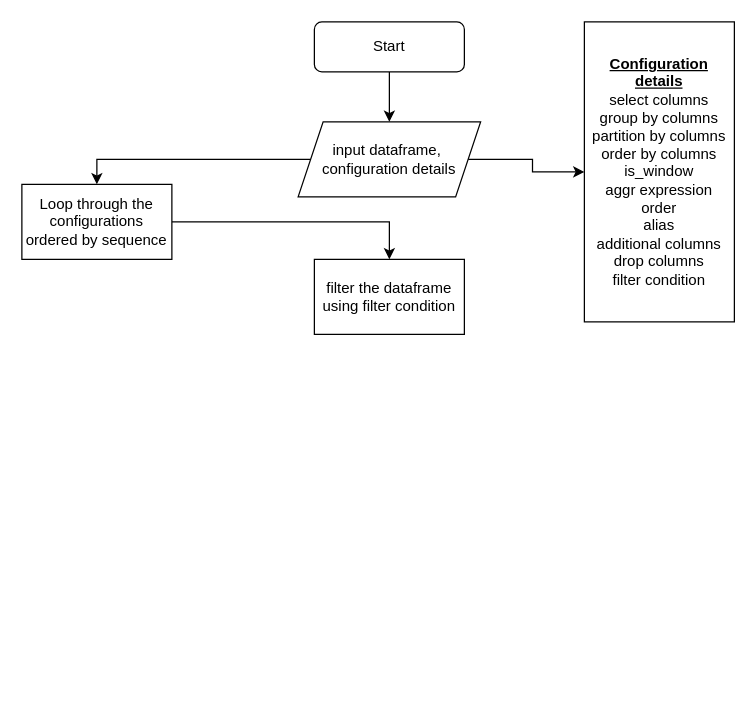
This is GenericAggregation.drawio from praneethsai83/GenericProcessing, a draw.io file, before an edit. Source tidied: cells renumbered, new cells numbered last; positions are measured from the earlier drawing's top-left corner, leaving out a move shared by most shapes. Both pictures are drawn from the tidied source at 125%, with x=0, y=0 at pixel (21, 21).
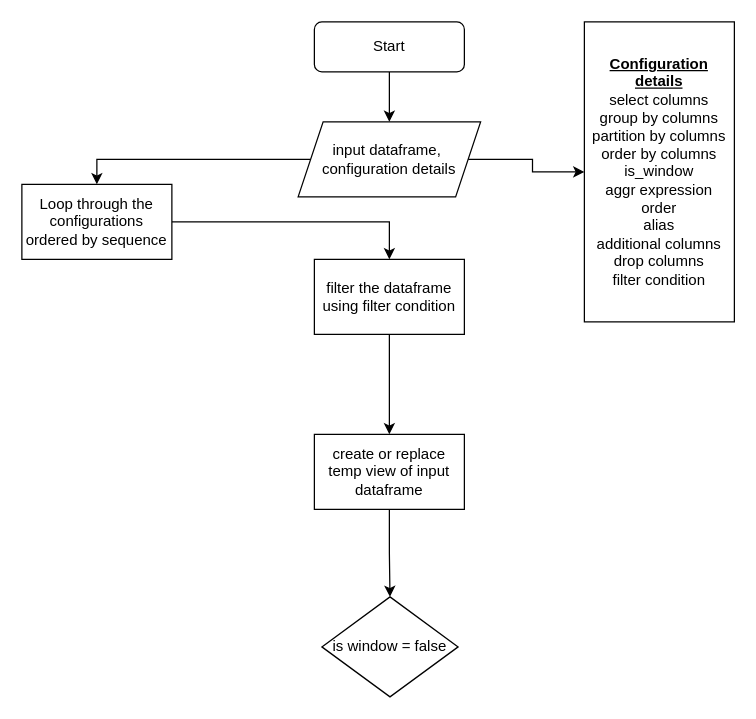
After the change.

Diff of the diagram source:
```diff
@@
 <mxGraphModel>
   <root>
     <mxCell id="0" />
     <mxCell id="1" parent="0" />
     <mxCell id="2" style="edgeStyle=orthogonalEdgeStyle;rounded=0;jettySize=auto;html=1;" parent="1" edge="1" source="3" target="6">
       <mxGeometry relative="1" as="geometry" />
     </mxCell>
     <mxCell id="3" value="Start" style="rounded=1;whiteSpace=wrap;html=1;fontSize=12;glass=0;strokeWidth=1;shadow=0;" parent="1" vertex="1">
       <mxGeometry x="234" width="120" height="40" as="geometry" />
     </mxCell>
     <mxCell id="4" style="edgeStyle=orthogonalEdgeStyle;rounded=0;jettySize=auto;html=1;entryX=0;entryY=0.5;entryDx=0;entryDy=0;" parent="1" edge="1" source="6" target="7">
       <mxGeometry relative="1" as="geometry" />
     </mxCell>
     <mxCell id="5" style="edgeStyle=orthogonalEdgeStyle;rounded=0;jettySize=auto;html=1;entryX=0.5;entryY=0;entryDx=0;entryDy=0;" parent="1" edge="1" source="6" target="9">
       <mxGeometry relative="1" as="geometry" />
     </mxCell>
     <mxCell id="6" value="input dataframe,&amp;nbsp;&lt;br&gt;configuration details" style="shape=parallelogram;perimeter=parallelogramPerimeter;whiteSpace=wrap;html=1;fixedSize=1;" parent="1" vertex="1">
       <mxGeometry x="221" y="80" width="146" height="60" as="geometry" />
     </mxCell>
     <mxCell id="7" value="&lt;b&gt;&lt;u&gt;Configuration details&lt;br&gt;&lt;/u&gt;&lt;/b&gt;select columns&lt;br&gt;group by columns&lt;br&gt;partition by columns&lt;br&gt;order by columns&lt;br&gt;is_window&lt;br&gt;aggr expression&lt;br&gt;order&lt;br&gt;alias&lt;br&gt;additional columns&lt;br&gt;drop columns&lt;br&gt;filter condition" style="whiteSpace=wrap;html=1;" parent="1" vertex="1">
       <mxGeometry x="450" width="120" height="240" as="geometry" />
     </mxCell>
     <mxCell id="8" style="edgeStyle=orthogonalEdgeStyle;rounded=0;jettySize=auto;html=1;entryX=0.5;entryY=0;entryDx=0;entryDy=0;" parent="1" edge="1" source="9" target="10">
       <mxGeometry relative="1" as="geometry" />
     </mxCell>
     <mxCell id="9" value="Loop through the configurations ordered by sequence" style="whiteSpace=wrap;html=1;" parent="1" vertex="1">
       <mxGeometry y="130" width="120" height="60" as="geometry" />
     </mxCell>
+    <mxCell id="11" style="edgeStyle=orthogonalEdgeStyle;rounded=0;jettySize=auto;html=1;" parent="1" edge="1" source="10" target="13">
+      <mxGeometry relative="1" as="geometry" />
+    </mxCell>
     <mxCell id="10" value="filter the dataframe using filter condition" style="whiteSpace=wrap;html=1;" parent="1" vertex="1">
       <mxGeometry x="234" y="190" width="120" height="60" as="geometry" />
     </mxCell>
+    <mxCell id="12" style="edgeStyle=orthogonalEdgeStyle;rounded=0;jettySize=auto;html=1;" parent="1" edge="1" source="13" target="14">
+      <mxGeometry relative="1" as="geometry" />
+    </mxCell>
+    <mxCell id="13" value="create or replace temp view of input dataframe" style="whiteSpace=wrap;html=1;" parent="1" vertex="1">
+      <mxGeometry x="234" y="330" width="120" height="60" as="geometry" />
+    </mxCell>
+    <mxCell id="14" value="is window = false" style="rhombus;whiteSpace=wrap;html=1;" parent="1" vertex="1">
+      <mxGeometry x="240" y="460" width="109" height="80" as="geometry" />
+    </mxCell>
   </root>
 </mxGraphModel>
```
